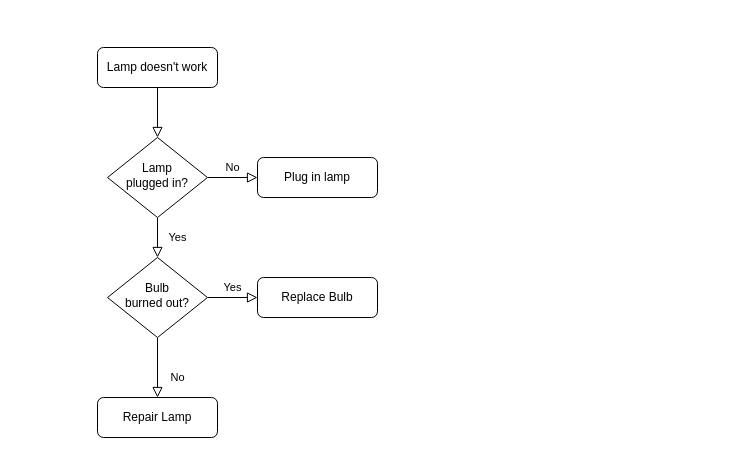
Above: Untitled Diagram.drawio in ececakar/diagrams (draw.io), before the change. Source tidied: cells renumbered, new cells numbered last; positions are measured from the earlier drawing's top-left corner, leaving out a move shared by most shapes. Both pictures are drawn from the tidied source at 100%, with x=0, y=0 at pixel (97, 47).
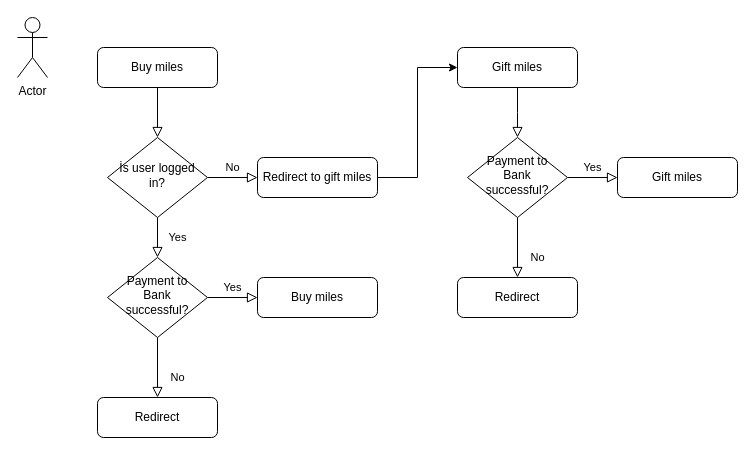
After the change.

Commit message:
use case

The edit, as a diff of the source:
```diff
@@
-    <mxCell id="3" value="Lamp doesn't work" style="rounded=1;whiteSpace=wrap;html=1;fontSize=12;glass=0;strokeWidth=1;shadow=0;" parent="1" vertex="1">
+    <mxCell id="3" value="Buy miles" style="rounded=1;whiteSpace=wrap;html=1;fontSize=12;glass=0;strokeWidth=1;shadow=0;" parent="1" vertex="1">
       <mxGeometry width="120" height="40" as="geometry" />
     </mxCell>
@@
-    <mxCell id="6" value="Lamp&lt;br&gt;plugged in?" style="rhombus;whiteSpace=wrap;html=1;shadow=0;fontFamily=Helvetica;fontSize=12;align=center;strokeWidth=1;spacing=6;spacingTop=-4;" parent="1" vertex="1">
+    <mxCell id="6" value="İs user logged in?" style="rhombus;whiteSpace=wrap;html=1;shadow=0;fontFamily=Helvetica;fontSize=12;align=center;strokeWidth=1;spacing=6;spacingTop=-4;" parent="1" vertex="1">
       <mxGeometry x="10" y="90" width="100" height="80" as="geometry" />
     </mxCell>
+    <mxCell id="13" style="edgeStyle=orthogonalEdgeStyle;rounded=0;jettySize=auto;html=1;entryX=0;entryY=0.5;entryDx=0;entryDy=0;" parent="1" edge="1" source="7" target="16">
+      <mxGeometry relative="1" as="geometry" />
+    </mxCell>
-    <mxCell id="7" value="Plug in lamp" style="rounded=1;whiteSpace=wrap;html=1;fontSize=12;glass=0;strokeWidth=1;shadow=0;" parent="1" vertex="1">
+    <mxCell id="7" value="Redirect to gift miles" style="rounded=1;whiteSpace=wrap;html=1;fontSize=12;glass=0;strokeWidth=1;shadow=0;" parent="1" vertex="1">
       <mxGeometry x="160" y="110" width="120" height="40" as="geometry" />
     </mxCell>
@@
-    <mxCell id="10" value="Bulb&lt;br&gt;burned out?" style="rhombus;whiteSpace=wrap;html=1;shadow=0;fontFamily=Helvetica;fontSize=12;align=center;strokeWidth=1;spacing=6;spacingTop=-4;" parent="1" vertex="1">
+    <mxCell id="10" value="Payment to Bank successful?" style="rhombus;whiteSpace=wrap;html=1;shadow=0;fontFamily=Helvetica;fontSize=12;align=center;strokeWidth=1;spacing=6;spacingTop=-4;" parent="1" vertex="1">
       <mxGeometry x="10" y="210" width="100" height="80" as="geometry" />
     </mxCell>
-    <mxCell id="11" value="Repair Lamp" style="rounded=1;whiteSpace=wrap;html=1;fontSize=12;glass=0;strokeWidth=1;shadow=0;" parent="1" vertex="1">
+    <mxCell id="11" value="Redirect" style="rounded=1;whiteSpace=wrap;html=1;fontSize=12;glass=0;strokeWidth=1;shadow=0;" parent="1" vertex="1">
       <mxGeometry y="350" width="120" height="40" as="geometry" />
     </mxCell>
-    <mxCell id="12" value="Replace Bulb" style="rounded=1;whiteSpace=wrap;html=1;fontSize=12;glass=0;strokeWidth=1;shadow=0;" parent="1" vertex="1">
+    <mxCell id="12" value="Buy miles" style="rounded=1;whiteSpace=wrap;html=1;fontSize=12;glass=0;strokeWidth=1;shadow=0;" parent="1" vertex="1">
       <mxGeometry x="160" y="230" width="120" height="40" as="geometry" />
     </mxCell>
+    <mxCell id="14" value="Actor" style="shape=umlActor;verticalLabelPosition=bottom;verticalAlign=top;html=1;" parent="1" vertex="1">
+      <mxGeometry x="-80" y="-30" width="30" height="60" as="geometry" />
+    </mxCell>
+    <mxCell id="15" style="rounded=0;html=1;jettySize=auto;fontSize=11;endArrow=block;endFill=0;endSize=8;strokeWidth=1;shadow=0;labelBackgroundColor=none;edgeStyle=orthogonalEdgeStyle;" parent="1" edge="1" source="16">
+      <mxGeometry relative="1" as="geometry">
+        <mxPoint x="420" y="90" as="targetPoint" />
+      </mxGeometry>
+    </mxCell>
+    <mxCell id="16" value="Gift miles" style="rounded=1;whiteSpace=wrap;html=1;fontSize=12;glass=0;strokeWidth=1;shadow=0;" parent="1" vertex="1">
+      <mxGeometry x="360" width="120" height="40" as="geometry" />
+    </mxCell>
+    <mxCell id="17" value="No" style="rounded=0;html=1;jettySize=auto;fontSize=11;endArrow=block;endFill=0;endSize=8;strokeWidth=1;shadow=0;labelBackgroundColor=none;edgeStyle=orthogonalEdgeStyle;" parent="1" edge="1" source="19" target="20">
+      <mxGeometry x="0.33" y="20" relative="1" as="geometry" />
+    </mxCell>
+    <mxCell id="18" value="Yes" style="edgeStyle=orthogonalEdgeStyle;rounded=0;html=1;jettySize=auto;fontSize=11;endArrow=block;endFill=0;endSize=8;strokeWidth=1;shadow=0;labelBackgroundColor=none;" parent="1" edge="1" source="19" target="21">
+      <mxGeometry y="10" relative="1" as="geometry" />
+    </mxCell>
+    <mxCell id="19" value="Payment to Bank successful?" style="rhombus;whiteSpace=wrap;html=1;shadow=0;fontFamily=Helvetica;fontSize=12;align=center;strokeWidth=1;spacing=6;spacingTop=-4;" parent="1" vertex="1">
+      <mxGeometry x="370" y="90" width="100" height="80" as="geometry" />
+    </mxCell>
+    <mxCell id="20" value="Redirect" style="rounded=1;whiteSpace=wrap;html=1;fontSize=12;glass=0;strokeWidth=1;shadow=0;" parent="1" vertex="1">
+      <mxGeometry x="360" y="230" width="120" height="40" as="geometry" />
+    </mxCell>
+    <mxCell id="21" value="Gift miles" style="rounded=1;whiteSpace=wrap;html=1;fontSize=12;glass=0;strokeWidth=1;shadow=0;" parent="1" vertex="1">
+      <mxGeometry x="520" y="110" width="120" height="40" as="geometry" />
+    </mxCell>
```
